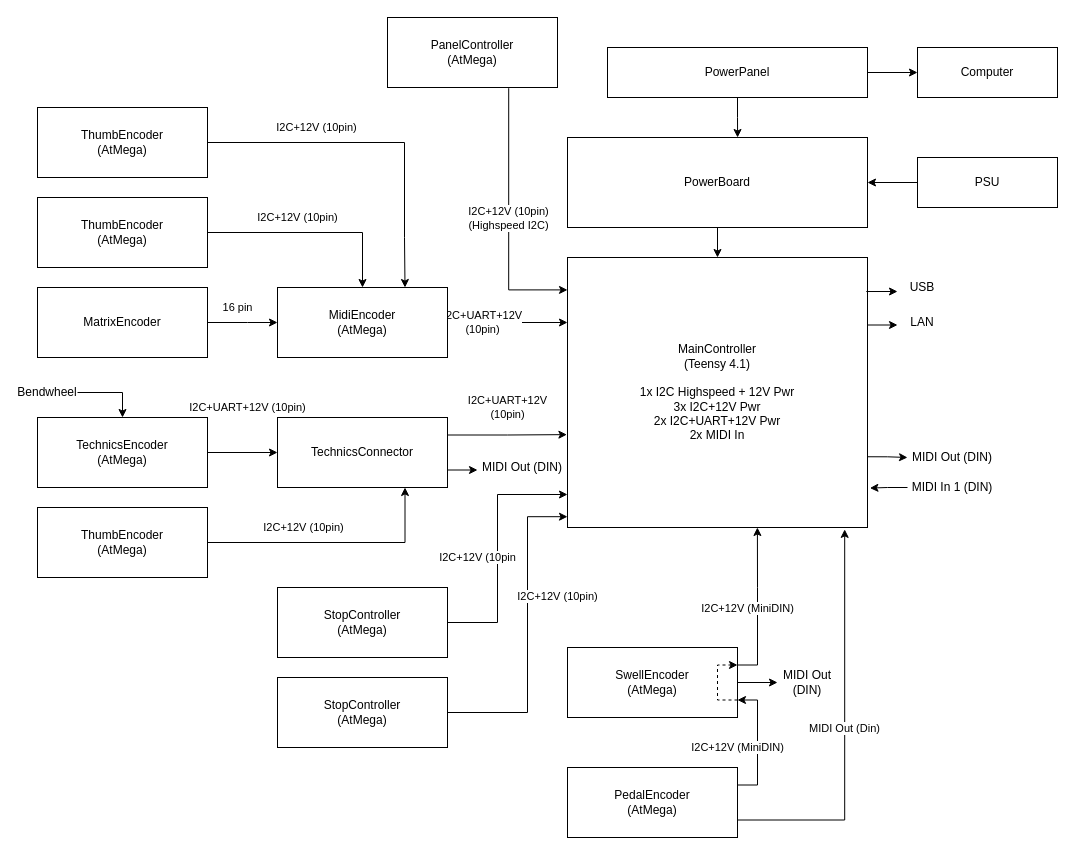
This is page "Boards" (1 of 2) of boards/Boards.drawio from stefanhepp/eOrgan, a draw.io file, before an edit. Source tidied: cells renumbered, new cells numbered last; positions are measured from the earlier drawing's top-left corner, leaving out a move shared by most shapes. Both pictures are drawn from the tidied source at 100%, with x=0, y=0 at pixel (17, 17).
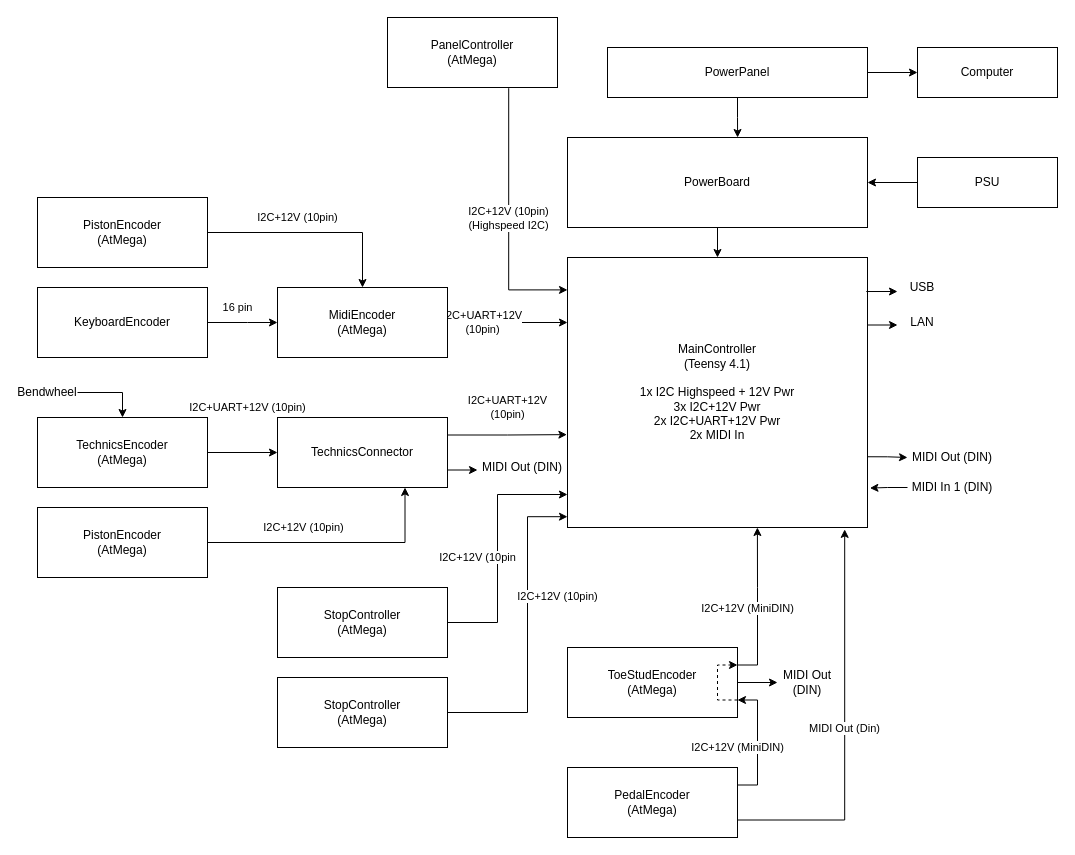
The same diagram, later.

The change refers to these unchanged cells:
```xml
<mxCell id="21" value="MidiEncoder&lt;br&gt;(AtMega)" style="rounded=0;whiteSpace=wrap;html=1;" parent="1" vertex="1">
  <mxGeometry x="260" y="270" width="170" height="70" as="geometry" />
</mxCell>
```

What changed in the source:
```diff
@@
-    <mxCell id="7" value="SwellEncoder&lt;br&gt;(AtMega)" style="rounded=0;whiteSpace=wrap;html=1;" parent="1" vertex="1">
+    <mxCell id="7" value="ToeStudEncoder&lt;br&gt;(AtMega)" style="rounded=0;whiteSpace=wrap;html=1;" parent="1" vertex="1">
       <mxGeometry x="550" y="630" width="170" height="70" as="geometry" />
     </mxCell>
@@
-    <mxCell id="16" value="ThumbEncoder&lt;br&gt;(AtMega)" style="rounded=0;whiteSpace=wrap;html=1;" parent="1" vertex="1">
+    <mxCell id="16" value="PistonEncoder&lt;br&gt;(AtMega)" style="rounded=0;whiteSpace=wrap;html=1;" parent="1" vertex="1">
       <mxGeometry x="20" y="490" width="170" height="70" as="geometry" />
     </mxCell>
@@
-    <mxCell id="23" value="ThumbEncoder&lt;br&gt;(AtMega)" style="rounded=0;whiteSpace=wrap;html=1;" parent="1" vertex="1">
+    <mxCell id="23" value="PistonEncoder&lt;br&gt;(AtMega)" style="rounded=0;whiteSpace=wrap;html=1;" parent="1" vertex="1">
       <mxGeometry x="20" y="180" width="170" height="70" as="geometry" />
     </mxCell>
-    <mxCell id="24" value="I2C+12V (10pin)" style="edgeStyle=orthogonalEdgeStyle;rounded=0;jettySize=auto;html=1;exitX=1;exitY=0.5;exitDx=0;exitDy=0;entryX=0.75;entryY=0;entryDx=0;entryDy=0;" parent="1" edge="1" source="25" target="21">
-      <mxGeometry x="-0.36" y="15" relative="1" as="geometry">
-        <Array as="points">
-          <mxPoint x="387" y="125" />
-          <mxPoint x="390" y="220" />
-        </Array>
-      </mxGeometry>
-    </mxCell>
-    <mxCell id="25" value="ThumbEncoder&lt;br&gt;(AtMega)" style="rounded=0;whiteSpace=wrap;html=1;" parent="1" vertex="1">
-      <mxGeometry x="20" y="90" width="170" height="70" as="geometry" />
-    </mxCell>
@@
-    <mxCell id="29" value="MatrixEncoder" style="rounded=0;whiteSpace=wrap;html=1;" parent="1" vertex="1">
+    <mxCell id="29" value="KeyboardEncoder" style="rounded=0;whiteSpace=wrap;html=1;" parent="1" vertex="1">
       <mxGeometry x="20" y="270" width="170" height="70" as="geometry" />
     </mxCell>
```
